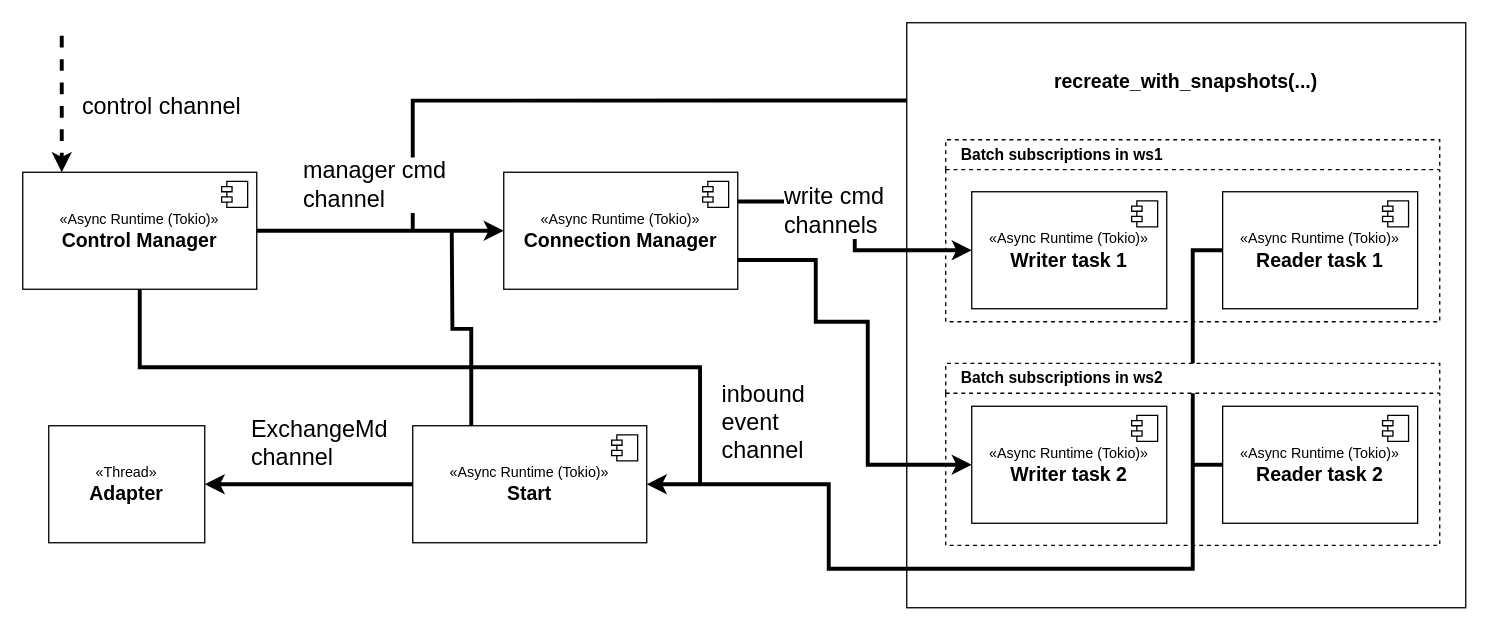
Before: images/Connector.drawio in PietroValente/MarketDataAggregator, a draw.io diagram. Source tidied: cells renumbered, new cells numbered last; positions are measured from the earlier drawing's top-left corner, leaving out a move shared by most shapes. Both pictures are drawn from the tidied source at 130%, with x=0, y=0 at pixel (22, 22).
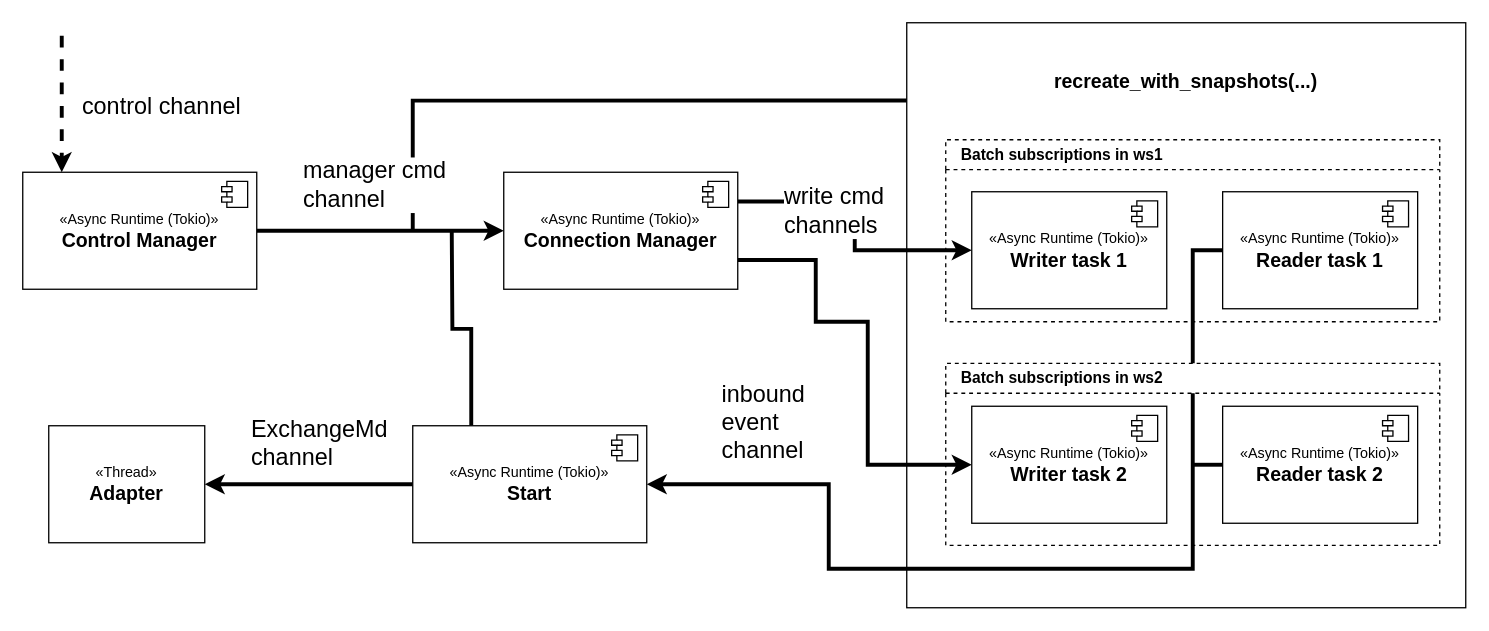
The same diagram, later.

The change refers to these unchanged cells:
```xml
<mxCell id="6" value="&lt;font style=&quot;font-size: 11px;&quot;&gt;«Async Runtime (Tokio)»&lt;br&gt;&lt;/font&gt;&lt;b&gt;&lt;font style=&quot;font-size: 15px;&quot;&gt;Control Manager&lt;/font&gt;&lt;/b&gt;" style="html=1;whiteSpace=wrap;" parent="1" vertex="1">
  <mxGeometry y="115" width="180" height="90" as="geometry" />
</mxCell>
```

Diff of the diagram source:
```diff
@@
-    <mxCell id="5" style="edgeStyle=orthogonalEdgeStyle;rounded=0;jettySize=auto;html=1;exitX=0.5;exitY=1;exitDx=0;exitDy=0;endArrow=none;endFill=0;strokeWidth=3;endSize=6;" parent="1" edge="1" source="6">
-      <mxGeometry relative="1" as="geometry">
-        <mxPoint x="521" y="355" as="targetPoint" />
-        <Array as="points">
-          <mxPoint x="90" y="265" />
-          <mxPoint x="521" y="265" />
-        </Array>
-      </mxGeometry>
-    </mxCell>
```
